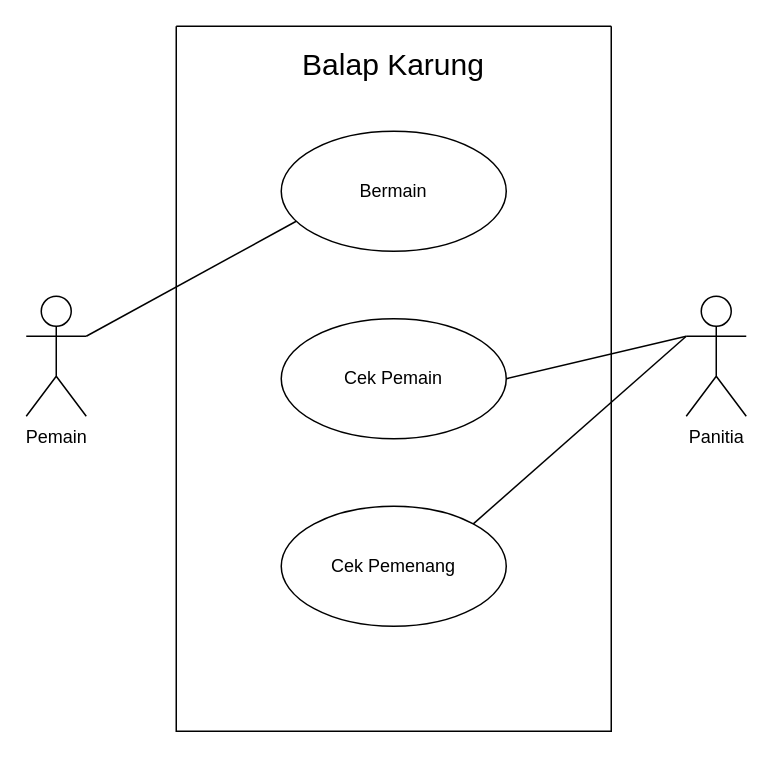
Above: usecase.drawio in oneoneteam/Balap-karung (draw.io), before the change. Source tidied: cells renumbered, new cells numbered last; positions are measured from the earlier drawing's top-left corner, leaving out a move shared by most shapes. Both pictures are drawn from the tidied source at 150%, with x=0, y=0 at pixel (26, 26).
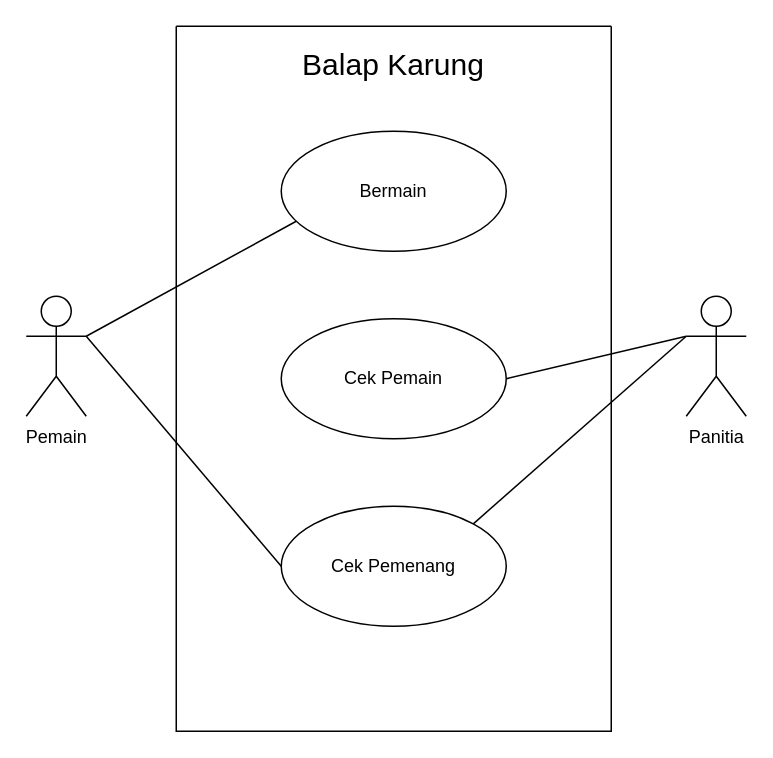
The same page after the edit.

The edit, as a diff of the source:
```diff
@@
 <mxGraphModel>
   <root>
     <mxCell id="0" />
     <mxCell id="1" parent="0" />
     <mxCell id="2" style="swimlane;startSize=0;" parent="1" vertex="1">
       <mxGeometry x="100" width="290" height="470" as="geometry" />
     </mxCell>
     <mxCell id="3" value="Balap Karung" style="text;html=1;strokeColor=none;fillColor=none;align=center;verticalAlign=middle;whiteSpace=wrap;rounded=0;fontSize=20;" parent="2" vertex="1">
       <mxGeometry x="80" y="10" width="130" height="30" as="geometry" />
     </mxCell>
     <mxCell id="4" value="Bermain" style="ellipse;whiteSpace=wrap;html=1;" parent="2" vertex="1">
       <mxGeometry x="70" y="70" width="150" height="80" as="geometry" />
     </mxCell>
     <mxCell id="5" style="endArrow=none;html=1;rounded=0;exitX=1;exitY=0.3333333333333333;exitDx=0;exitDy=0;exitPerimeter=0;" parent="2" edge="1" source="8">
       <mxGeometry relative="1" as="geometry">
         <mxPoint x="80" y="130" as="targetPoint" />
       </mxGeometry>
     </mxCell>
     <mxCell id="6" value="Cek Pemenang" style="ellipse;whiteSpace=wrap;html=1;" parent="2" vertex="1">
       <mxGeometry x="70" y="320" width="150" height="80" as="geometry" />
     </mxCell>
     <mxCell id="7" value="Cek Pemain" style="ellipse;whiteSpace=wrap;html=1;" parent="2" vertex="1">
       <mxGeometry x="70" y="195" width="150" height="80" as="geometry" />
     </mxCell>
+    <mxCell id="12" style="endArrow=none;html=1;rounded=0;exitX=1;exitY=0.3333333333333333;exitDx=0;exitDy=0;exitPerimeter=0;" parent="2" edge="1" source="8">
+      <mxGeometry relative="1" as="geometry">
+        <mxPoint x="70" y="360" as="targetPoint" />
+      </mxGeometry>
+    </mxCell>
     <mxCell id="8" value="Pemain" style="shape=umlActor;verticalLabelPosition=bottom;verticalAlign=top;html=1;outlineConnect=0;" parent="1" vertex="1">
       <mxGeometry y="180" width="40" height="80" as="geometry" />
     </mxCell>
     <mxCell id="9" value="Panitia" style="shape=umlActor;verticalLabelPosition=bottom;verticalAlign=top;html=1;outlineConnect=0;" parent="1" vertex="1">
       <mxGeometry x="440" y="180" width="40" height="80" as="geometry" />
     </mxCell>
     <mxCell id="10" style="endArrow=none;html=1;rounded=0;exitX=1;exitY=0.5;exitDx=0;exitDy=0;entryX=0;entryY=0.3333333333333333;entryDx=0;entryDy=0;entryPerimeter=0;" parent="1" edge="1" source="7" target="9">
       <mxGeometry relative="1" as="geometry" />
     </mxCell>
     <mxCell id="11" style="endArrow=none;html=1;rounded=0;entryX=0;entryY=0.3333333333333333;entryDx=0;entryDy=0;entryPerimeter=0;exitX=1;exitY=0;exitDx=0;exitDy=0;" parent="1" edge="1" source="6" target="9">
       <mxGeometry relative="1" as="geometry" />
     </mxCell>
   </root>
 </mxGraphModel>
```
